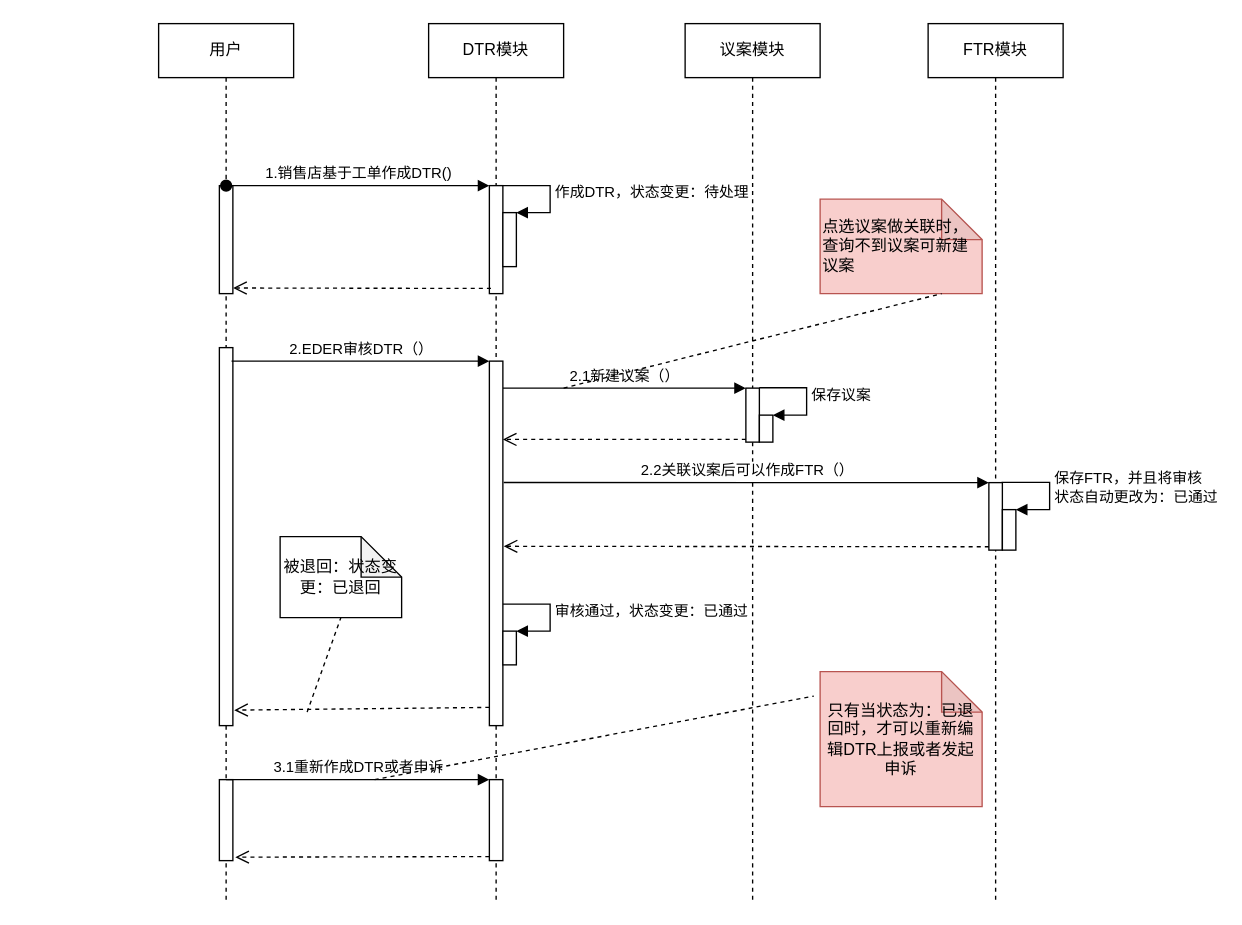
Earlier version of the draw.io diagram images/DTR行为设计.drawio (1132489442/designer). Source tidied: cells renumbered, new cells numbered last; positions are measured from the earlier drawing's top-left corner, leaving out a move shared by most shapes. Both pictures are drawn from the tidied source at 135%, with x=0, y=0 at pixel (158, 23).
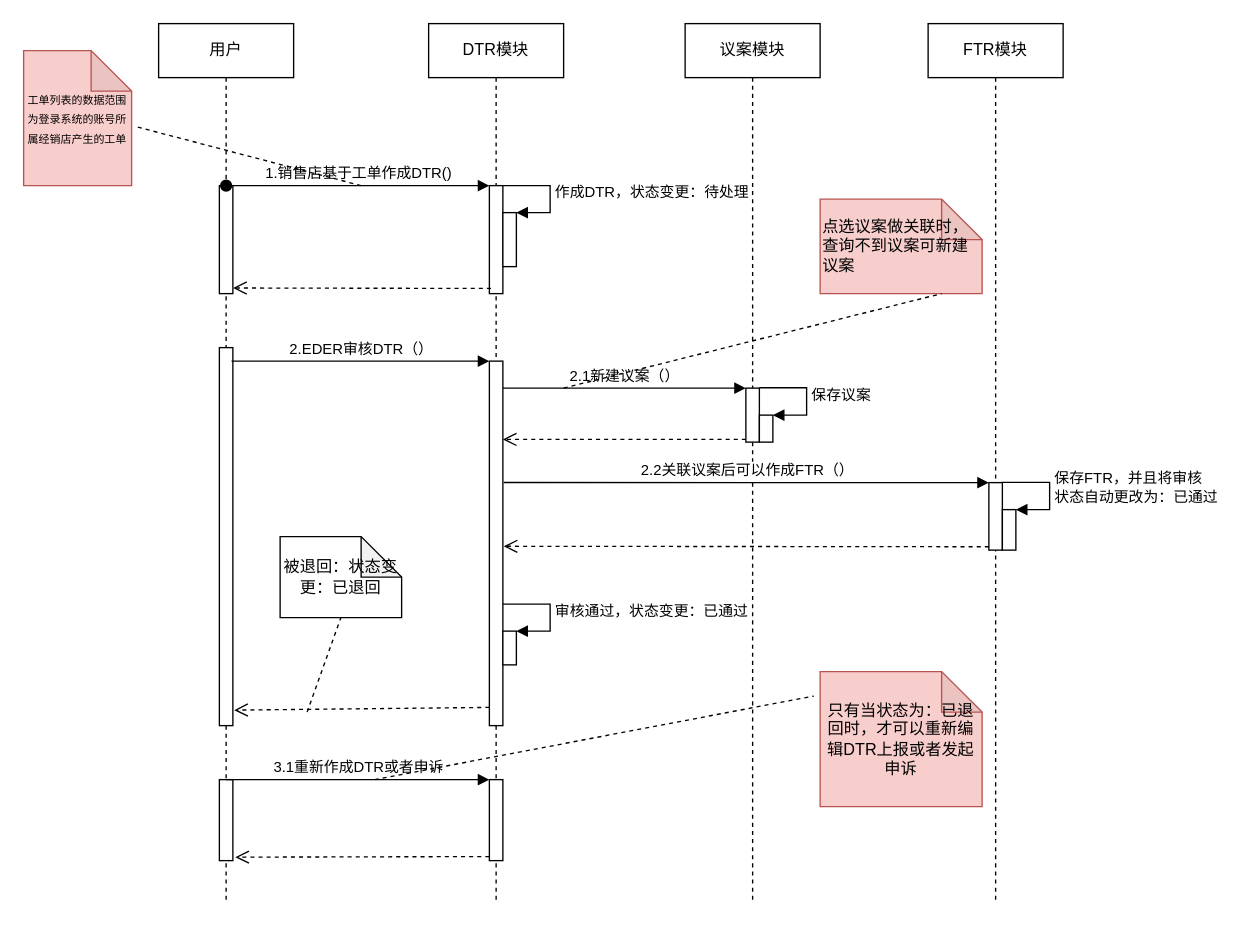
Above is the later version.

Commit message:
更新DTR行为设计.drawio

What changed in the source:
```diff
@@
+    <mxCell id="38" value="&lt;div&gt;&lt;span style=&quot;font-size: 6.104pt&quot;&gt;工单列表的数据范围为登录系统的账号所属经销店产生的工单&lt;/span&gt;&lt;/div&gt;" style="shape=note;whiteSpace=wrap;html=1;backgroundOutline=1;darkOpacity=0.05;fillColor=#f8cecc;strokeColor=#b85450;" parent="1" vertex="1">
+      <mxGeometry x="-100" y="20" width="80" height="100" as="geometry" />
+    </mxCell>
+    <mxCell id="39" style="endArrow=none;dashed=1;html=1;rounded=0;entryX=1.035;entryY=0.562;entryDx=0;entryDy=0;entryPerimeter=0;" parent="1" edge="1" target="38">
+      <mxGeometry relative="1" as="geometry">
+        <mxPoint x="150" y="120" as="sourcePoint" />
+      </mxGeometry>
+    </mxCell>
```
